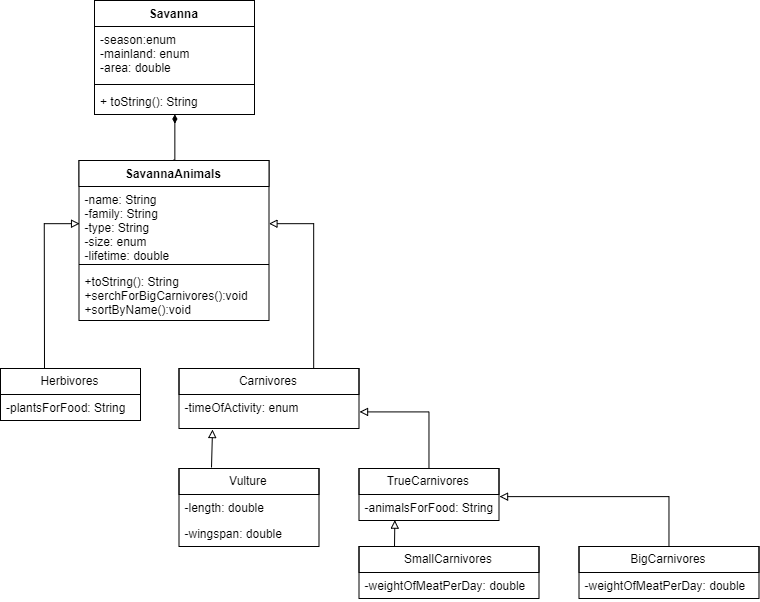
Before: Laba2/SavannaAnimals.png, a diagram exported from draw.io (SweetRainbowUnicorn/Java-Labs). Source tidied: cells renumbered, new cells last; positions are measured from the earlier drawing's top-left corner, leaving out a move shared by most shapes.
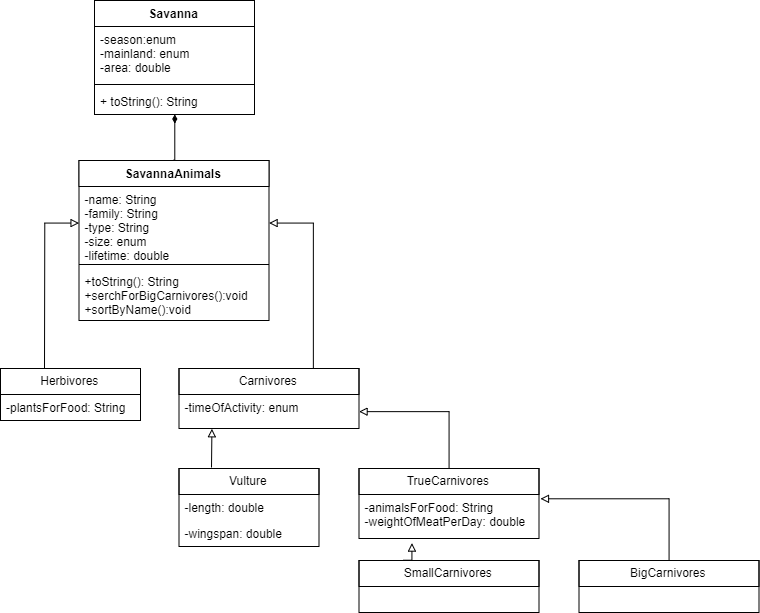
After the change.

What changed in the source:
```diff
@@ -60,31 +60,23 @@
       <mxGeometry relative="1" as="geometry" />
     </mxCell>
     <mxCell id="18" value="TrueCarnivores" style="swimlane;fontStyle=0;horizontal=1;startSize=26;fillColor=none;swimlaneFillColor=#ffffff;" parent="1" vertex="1">
-      <mxGeometry x="358.5" y="468" width="140" height="52" as="geometry" />
+      <mxGeometry x="358.5" y="468" width="180" height="70" as="geometry" />
     </mxCell>
-    <mxCell id="19" value="-animalsForFood: String" style="text;strokeColor=none;fillColor=none;align=left;verticalAlign=top;spacingLeft=4;spacingRight=4;overflow=hidden;points=[[0,0.5],[1,0.5]];portConstraint=eastwest;" parent="18" vertex="1">
-      <mxGeometry y="26" width="140" height="26" as="geometry" />
+    <mxCell id="19" value="-animalsForFood: String&#10;-weightOfMeatPerDay: double&#10;" style="text;strokeColor=none;fillColor=none;align=left;verticalAlign=top;spacingLeft=4;spacingRight=4;overflow=hidden;points=[[0,0.5],[1,0.5]];portConstraint=eastwest;" parent="18" vertex="1">
+      <mxGeometry y="26" width="180" height="44" as="geometry" />
     </mxCell>
     <mxCell id="20" style="edgeStyle=orthogonalEdgeStyle;rounded=0;html=1;exitX=0.5;exitY=0;entryX=1.007;entryY=0.089;entryPerimeter=0;endArrow=block;endFill=0;jettySize=auto;" parent="1" edge="1" source="21" target="19">
       <mxGeometry relative="1" as="geometry" />
     </mxCell>
     <mxCell id="21" value="BigCarnivores" style="swimlane;fontStyle=0;horizontal=1;startSize=26;fillColor=none;swimlaneFillColor=#ffffff;" parent="1" vertex="1">
-      <mxGeometry x="578.5" y="546" width="180" height="52" as="geometry" />
+      <mxGeometry x="578.5" y="560" width="180" height="52" as="geometry" />
     </mxCell>
-    <mxCell id="22" value="-weightOfMeatPerDay: double" style="text;strokeColor=none;fillColor=none;align=left;verticalAlign=top;spacingLeft=4;spacingRight=4;overflow=hidden;" parent="21" vertex="1">
-      <mxGeometry y="26" width="180" height="26" as="geometry" />
-    </mxCell>
-    <mxCell id="23" style="edgeStyle=orthogonalEdgeStyle;rounded=0;html=1;endArrow=block;endFill=0;jettySize=auto;entryX=0.256;entryY=1.009;entryPerimeter=0;" parent="1" edge="1" target="19">
-      <mxGeometry relative="1" as="geometry">
-        <mxPoint x="394" y="546" as="sourcePoint" />
-      </mxGeometry>
-    </mxCell>
+    <mxCell id="31" style="edgeStyle=orthogonalEdgeStyle;rounded=0;jumpSize=7;html=1;exitX=0.25;exitY=0;entryX=0.297;entryY=1.118;entryPerimeter=0;endArrow=block;endFill=0;jettySize=auto;strokeWidth=1;" parent="1" edge="1" source="24" target="19">
+      <mxGeometry relative="1" as="geometry" />
+    </mxCell>
     <mxCell id="24" value="SmallCarnivores" style="swimlane;fontStyle=0;horizontal=1;startSize=26;fillColor=none;swimlaneFillColor=#ffffff;" parent="1" vertex="1">
-      <mxGeometry x="358.5" y="546" width="180" height="52" as="geometry" />
+      <mxGeometry x="358.5" y="560" width="180" height="52" as="geometry" />
     </mxCell>
-    <mxCell id="25" value="-weightOfMeatPerDay: double" style="text;strokeColor=none;fillColor=none;align=left;verticalAlign=top;spacingLeft=4;spacingRight=4;overflow=hidden;" parent="24" vertex="1">
-      <mxGeometry y="26" width="180" height="26" as="geometry" />
-    </mxCell>
     <mxCell id="26" style="edgeStyle=orthogonalEdgeStyle;rounded=0;html=1;exitX=0.5;exitY=0;entryX=0.5;entryY=0;endArrow=block;endFill=0;jettySize=auto;orthogonalLoop=1;" parent="1" edge="1" source="14" target="14">
       <mxGeometry relative="1" as="geometry" />
     </mxCell>
```
